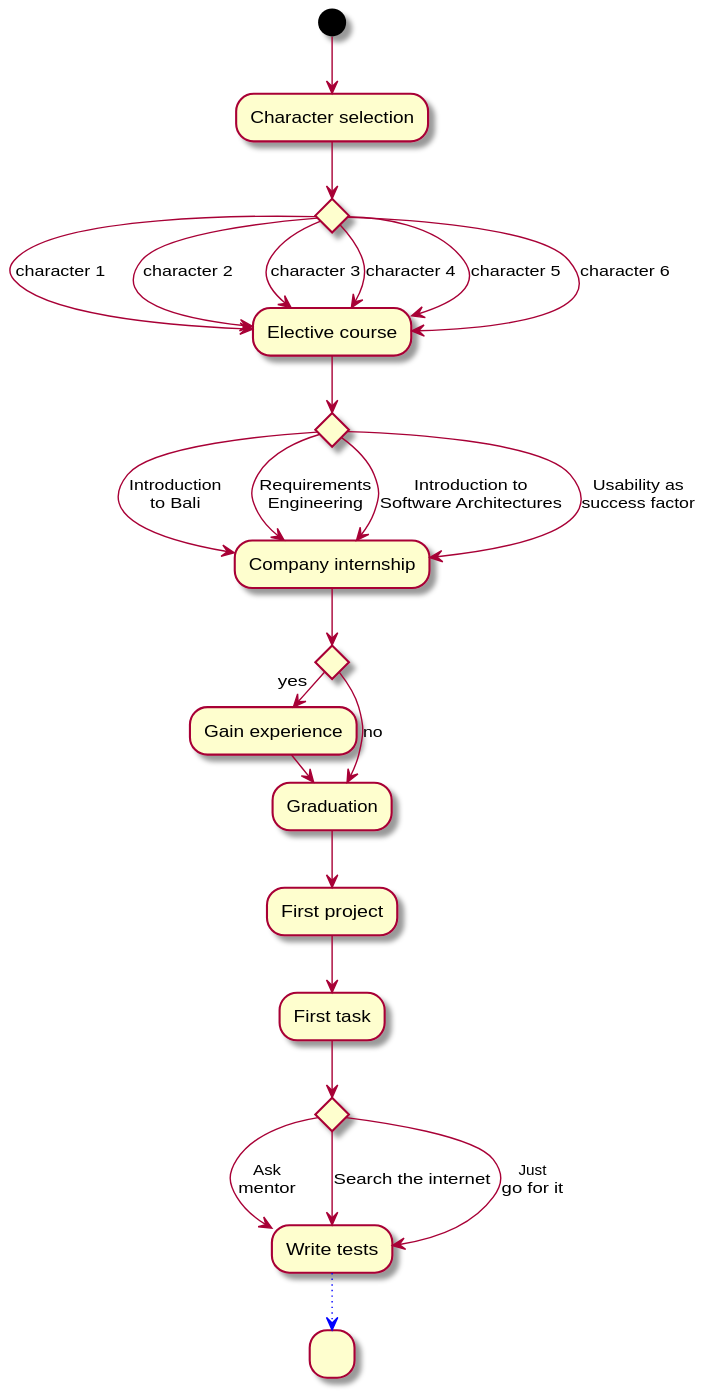
The PlantUML diagram Docs/Technical Specifications/docs/diagrams/StoryFlow/StoryFlow_1.svg in Brotenko/QualityQuest, before a commit. The source it was exported from:
```plantuml
@startuml
(*) --> "Character selection"
if "" then
--> [character 1] "Elective course" as wpf
else
--> [character 2] wpf
else
--> [character 3] wpf
else
--> [character 4] wpf
else
--> [character 5] wpf
else
--> [character 6] wpf
if "" then
--> [Introduction\nto Bali] "Company internship" as fpr
else
--> [Requirements\nEngineering] fpr
else
--> [Introduction to\nSoftware Architectures] fpr
else
--> [Usability as\nsuccess factor] fpr
if "" then
-> [yes] "Gain experience" as n
n -> "Graduation" as p
else
--> [no] p
p --> "First project" as ep
ep --> "First task" as ea
if "" then
--> [Ask\nmentor] "Write tests" as ts
else
--> [Search the internet] ts
else
--> [Just\ngo for it] ts
-[#blue,dotted]-> "   "
@enduml
```
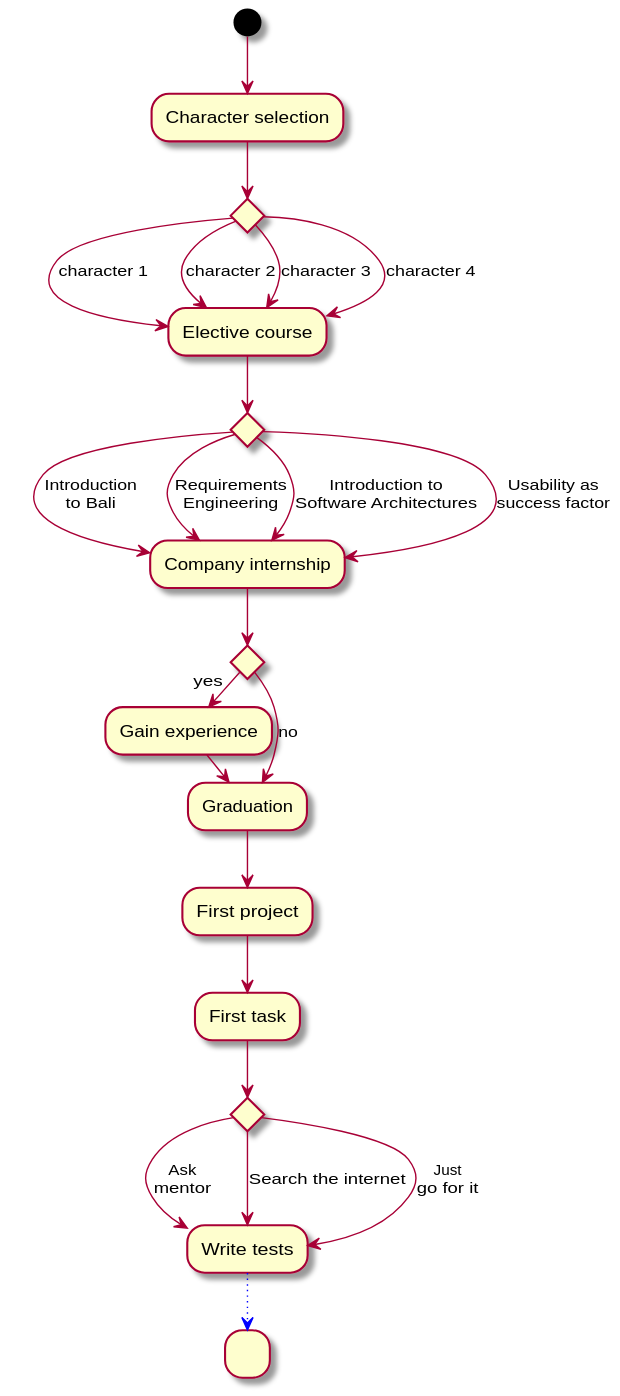
Later version of the same file.

Diff of the diagram source:
```diff
@@ -8,10 +8,6 @@
 --> [character 3] wpf
 else
 --> [character 4] wpf
-else
---> [character 5] wpf
-else
---> [character 6] wpf
 if "" then
 --> [Introduction\nto Bali] "Company internship" as fpr
 else
```
